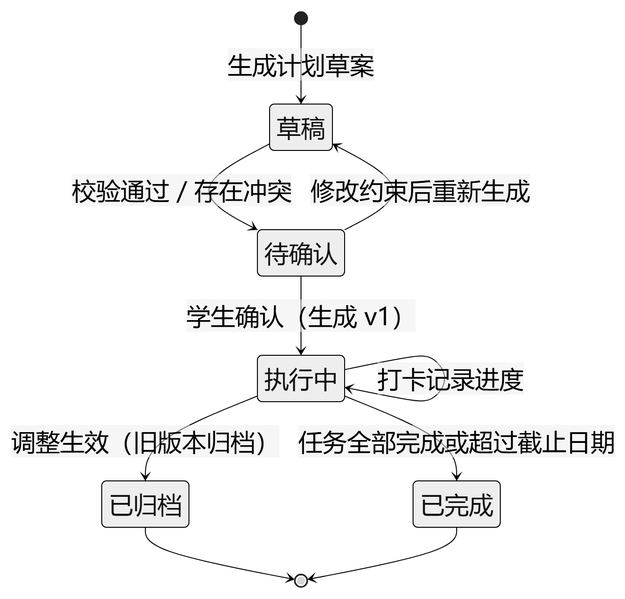
PeiChen1215/CoursePlan keeps this Mermaid diagram as docs/02_需求/figures/fig-3-9-plan-state.png. Above is the earlier version. Its source is kept beside it as docs/02_需求/figures/src/fig-3-9-plan-state.mmd.
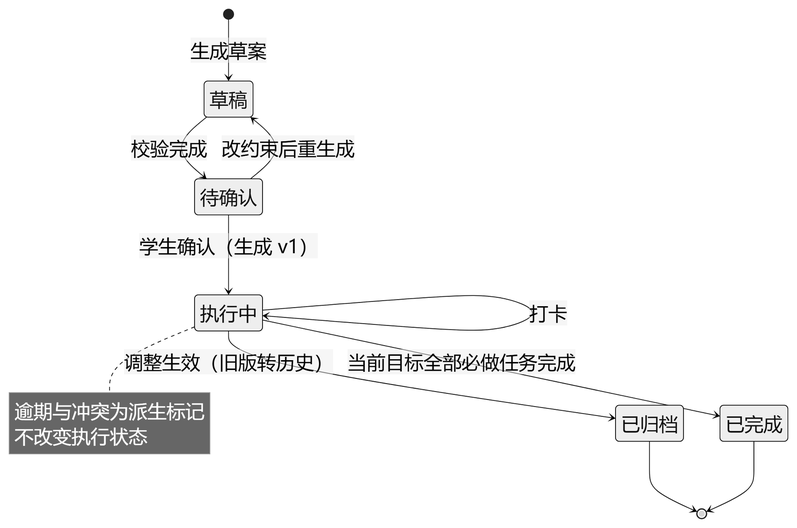
The same diagram one commit later.

The edit, as a diff of the source:
```diff
@@ -6,12 +6,16 @@
     state "已完成" as Done
     state "已归档" as Archived
 
-    [*] --> Draft: 生成计划草案
-    Draft --> Pending: 校验通过 / 存在冲突
-    Pending --> Draft: 修改约束后重新生成
+    [*] --> Draft: 生成草案
+    Draft --> Pending: 校验完成
+    Pending --> Draft: 改约束后重生成
     Pending --> Active: 学生确认（生成 v1）
-    Active --> Active: 打卡记录进度
-    Active --> Done: 任务全部完成或超过截止日期
-    Active --> Archived: 调整生效（旧版本归档）
+    Active --> Active: 打卡
+    Active --> Done: 当前目标全部必做任务完成
+    Active --> Archived: 调整生效（旧版转历史）
+    note right of Active
+        逾期与冲突为派生标记
+        不改变执行状态
+    end note
     Archived --> [*]
     Done --> [*]
```
